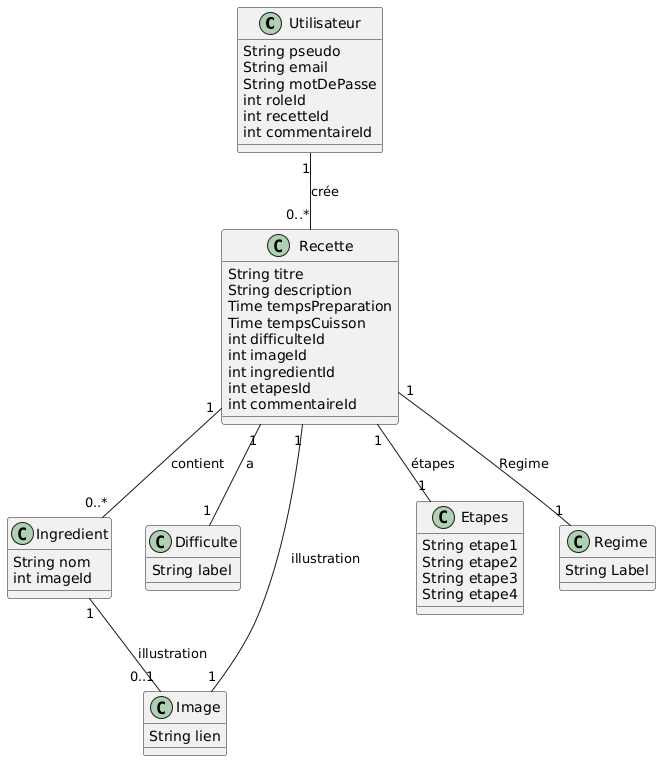
Above: public/Livrables/Diagramme de classes/Diagramme de classes.png in LucasCherbuin/geckocooking (PlantUML), before the change. The source it was exported from:
```plantuml
@startuml
class Utilisateur {
  String pseudo
  String email
  String motDePasse
  int roleId
  int recetteId
  int commentaireId
}

class Recette {
  String titre
  String description
  Time tempsPreparation
  Time tempsCuisson
  int difficulteId
  int imageId
  int ingredientId
  int etapesId
  int commentaireId
}

class Ingredient {
  String nom
  int imageId
}

class Difficulte {
  String label
}

class Image {
  String lien
}

class Etapes {
  String etape1
  String etape2
  String etape3
  String etape4
}

class Regime {
  String Label
}

Utilisateur "1" -- "0..*" Recette : crée
Recette "1" -- "1" Difficulte : a
Recette "1" -- "1" Image : illustration
Recette "1" -- "0..*" Ingredient : contient
Recette "1" -- "1" Etapes : étapes
Recette "1" -- "1" Regime : Regime
Ingredient "1" -- "0..1" Image : illustration
@enduml
```
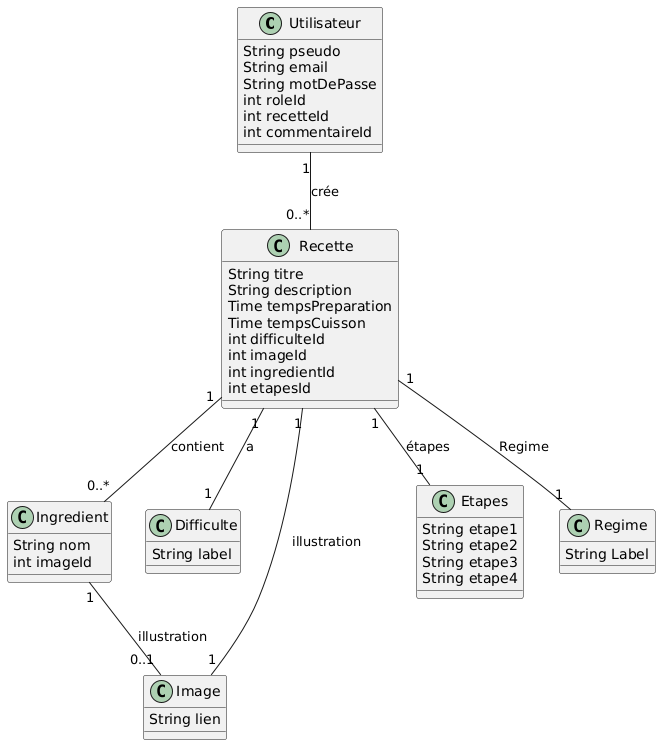
The same file after the commit.

Commit message:
mise a jour du diagramme de classe

Diff of the diagram source:
```diff
@@ -17,7 +17,6 @@
   int imageId
   int ingredientId
   int etapesId
-  int commentaireId
 }
 
 class Ingredient {
```
